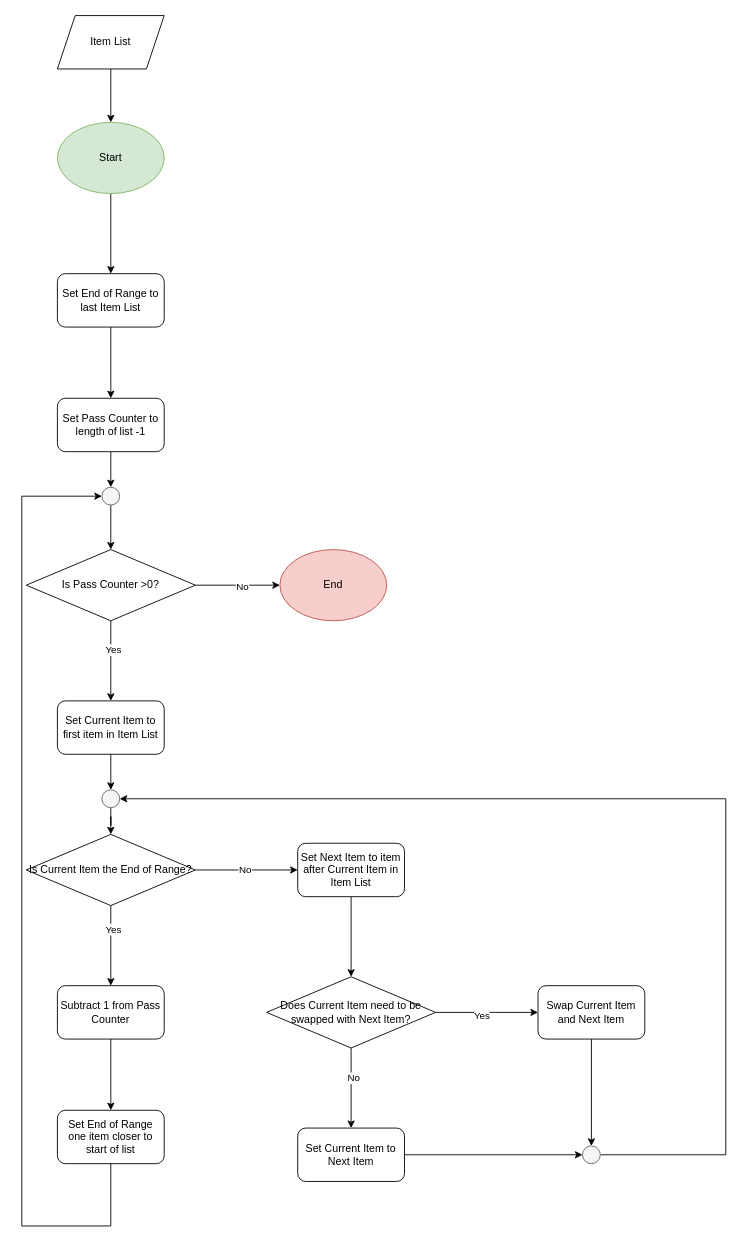
Before: Bubble Sort Process Diagram.drawio in matkiai/me_and_myself, a draw.io diagram. Source tidied: cells renumbered, new cells numbered last; positions are measured from the earlier drawing's top-left corner, leaving out a move shared by most shapes. Both pictures are drawn from the tidied source at 89%, with x=0, y=0 at pixel (21, 15).
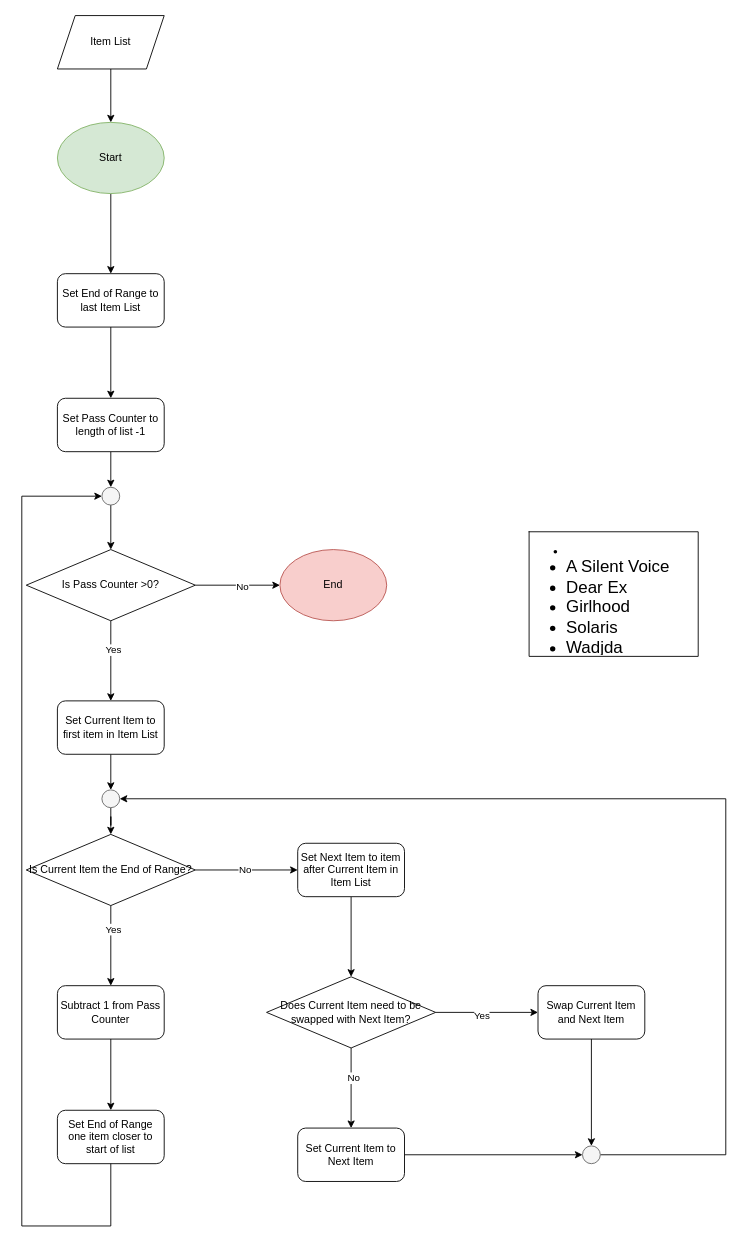
Above is the later version.

Change to the diagram source:
```diff
@@
+    <mxCell id="44" style="shape=table;startSize=0;childLayout=tableLayout;" parent="1" vertex="1">
+      <mxGeometry x="570" y="580" width="190" height="140" as="geometry" />
+    </mxCell>
+    <mxCell id="45" style="shape=tableRow;horizontal=0;startSize=0;swimlaneHead=0;swimlaneBody=0;strokeColor=inherit;top=0;left=0;bottom=0;right=0;fillColor=none;" parent="44" vertex="1">
+      <mxGeometry width="190" height="140" as="geometry" />
+    </mxCell>
+    <mxCell id="46" value="&lt;div align=&quot;left&quot;&gt;&lt;ul&gt;&lt;li&gt;&lt;br&gt;&lt;/li&gt;&lt;li style=&quot;font-size: 19px;&quot;&gt;&lt;div&gt;A Silent Voice&lt;/div&gt;&lt;/li&gt;&lt;li style=&quot;font-size: 19px;&quot;&gt;&lt;div&gt;Dear Ex&lt;/div&gt;&lt;/li&gt;&lt;li style=&quot;font-size: 19px;&quot;&gt;&lt;div&gt;Girlhood&lt;/div&gt;&lt;/li&gt;&lt;li style=&quot;font-size: 19px;&quot;&gt;&lt;div&gt;Solaris&lt;/div&gt;&lt;/li&gt;&lt;li style=&quot;font-size: 19px;&quot;&gt;&lt;div&gt;Wadjda&lt;/div&gt;&lt;/li&gt;&lt;/ul&gt;&lt;/div&gt;" style="shape=partialRectangle;html=1;whiteSpace=wrap;strokeColor=inherit;overflow=hidden;fillColor=none;top=0;left=0;bottom=0;right=0;align=left;" parent="45" vertex="1">
+      <mxGeometry width="190" height="140" as="geometry" />
+    </mxCell>
```
